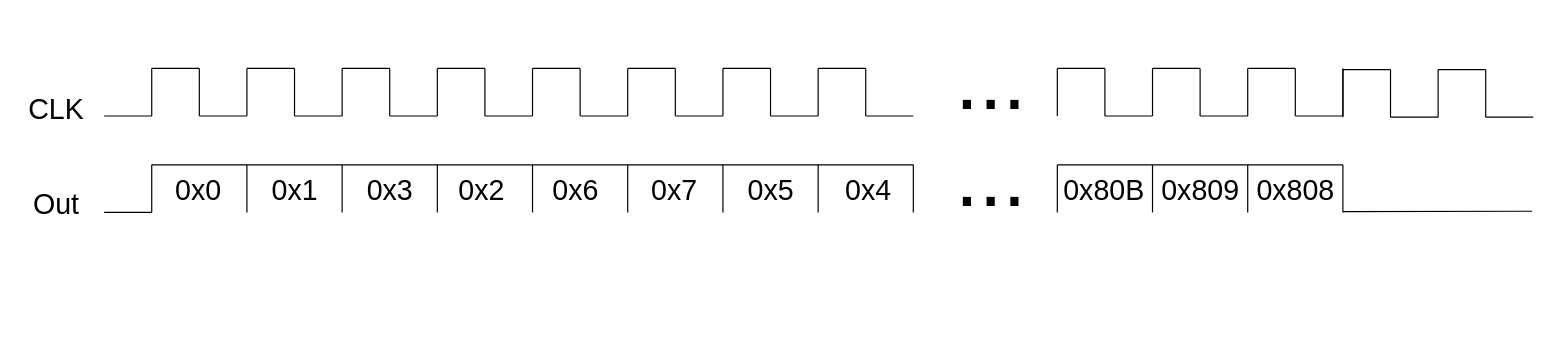
This is Diagrams/Constant.drawio from sabarioded/Patterns_Project, a draw.io file, before an edit. Source tidied: cells renumbered, new cells numbered last; positions are measured from the earlier drawing's top-left corner, leaving out a move shared by most shapes. Both pictures are drawn from the tidied source at 119%, with x=0, y=0 at pixel (20, 20).
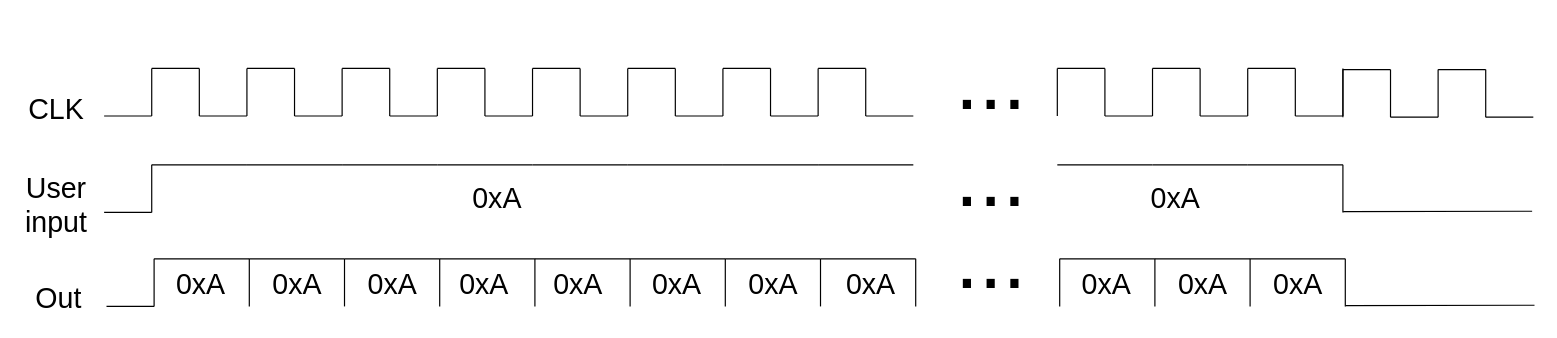
After the change.

What changed in the source:
```diff
@@
-    <mxCell id="35" value="&lt;font style=&quot;font-size: 24px;&quot;&gt;Out&lt;/font&gt;" style="text;html=1;align=center;verticalAlign=middle;whiteSpace=wrap;rounded=0;" parent="1" vertex="1">
+    <mxCell id="35" value="&lt;font style=&quot;font-size: 24px;&quot;&gt;User input&lt;/font&gt;" style="text;html=1;align=center;verticalAlign=middle;whiteSpace=wrap;rounded=0;" parent="1" vertex="1">
       <mxGeometry y="140" width="60" height="30" as="geometry" />
     </mxCell>
@@
-    <mxCell id="39" style="endArrow=none;html=1;rounded=0;" parent="1" edge="1">
-      <mxGeometry relative="1" as="geometry">
-        <mxPoint x="190" y="161" as="sourcePoint" />
-        <mxPoint x="190" y="121" as="targetPoint" />
-      </mxGeometry>
-    </mxCell>
@@
-    <mxCell id="41" style="endArrow=none;html=1;rounded=0;" parent="1" edge="1">
-      <mxGeometry relative="1" as="geometry">
-        <mxPoint x="270" y="161" as="sourcePoint" />
-        <mxPoint x="270" y="121" as="targetPoint" />
-      </mxGeometry>
-    </mxCell>
@@
-    <mxCell id="43" style="endArrow=none;html=1;rounded=0;" parent="1" edge="1">
-      <mxGeometry relative="1" as="geometry">
-        <mxPoint x="350" y="161" as="sourcePoint" />
-        <mxPoint x="350" y="121" as="targetPoint" />
-      </mxGeometry>
-    </mxCell>
@@
-    <mxCell id="45" style="endArrow=none;html=1;rounded=0;" parent="1" edge="1">
-      <mxGeometry relative="1" as="geometry">
-        <mxPoint x="430" y="161" as="sourcePoint" />
-        <mxPoint x="430" y="121" as="targetPoint" />
-      </mxGeometry>
-    </mxCell>
@@
-    <mxCell id="47" style="endArrow=none;html=1;rounded=0;" parent="1" edge="1">
-      <mxGeometry relative="1" as="geometry">
-        <mxPoint x="510" y="161" as="sourcePoint" />
-        <mxPoint x="510" y="121" as="targetPoint" />
-      </mxGeometry>
-    </mxCell>
@@
-    <mxCell id="49" style="endArrow=none;html=1;rounded=0;" parent="1" edge="1">
-      <mxGeometry relative="1" as="geometry">
-        <mxPoint x="590" y="161" as="sourcePoint" />
-        <mxPoint x="590" y="121" as="targetPoint" />
-      </mxGeometry>
-    </mxCell>
@@
-    <mxCell id="51" style="endArrow=none;html=1;rounded=0;" parent="1" edge="1">
-      <mxGeometry relative="1" as="geometry">
-        <mxPoint x="670" y="161" as="sourcePoint" />
-        <mxPoint x="670" y="121" as="targetPoint" />
-      </mxGeometry>
-    </mxCell>
@@
-    <mxCell id="53" style="endArrow=none;html=1;rounded=0;" parent="1" edge="1">
-      <mxGeometry relative="1" as="geometry">
-        <mxPoint x="750" y="161" as="sourcePoint" />
-        <mxPoint x="750" y="121" as="targetPoint" />
-      </mxGeometry>
-    </mxCell>
@@
-    <mxCell id="55" value="&lt;font style=&quot;font-size: 24px;&quot;&gt;0x0&lt;/font&gt;" style="text;html=1;align=center;verticalAlign=middle;strokeColor=none;fillColor=none;" parent="1" vertex="1">
-      <mxGeometry x="119" y="123" width="60" height="40" as="geometry" />
+    <mxCell id="55" value="&lt;font style=&quot;font-size: 24px;&quot;&gt;0xA&lt;/font&gt;" style="text;html=1;align=center;verticalAlign=middle;strokeColor=none;fillColor=none;" parent="1" vertex="1">
+      <mxGeometry x="370" y="130" width="60" height="40" as="geometry" />
     </mxCell>
-    <mxCell id="56" value="&lt;font style=&quot;font-size: 24px;&quot;&gt;0x1&lt;/font&gt;" style="text;html=1;align=center;verticalAlign=middle;strokeColor=none;fillColor=none;" parent="1" vertex="1">
-      <mxGeometry x="200" y="123" width="60" height="40" as="geometry" />
-    </mxCell>
-    <mxCell id="57" value="&lt;font style=&quot;font-size: 24px;&quot;&gt;0x3&lt;/font&gt;" style="text;html=1;align=center;verticalAlign=middle;strokeColor=none;fillColor=none;" parent="1" vertex="1">
-      <mxGeometry x="280" y="123" width="60" height="40" as="geometry" />
-    </mxCell>
-    <mxCell id="58" value="&lt;font style=&quot;font-size: 24px;&quot;&gt;0x2&lt;/font&gt;" style="text;html=1;align=center;verticalAlign=middle;strokeColor=none;fillColor=none;" parent="1" vertex="1">
-      <mxGeometry x="357" y="123" width="60" height="40" as="geometry" />
-    </mxCell>
-    <mxCell id="59" value="&lt;font style=&quot;font-size: 24px;&quot;&gt;0x6&lt;/font&gt;" style="text;html=1;align=center;verticalAlign=middle;strokeColor=none;fillColor=none;" parent="1" vertex="1">
-      <mxGeometry x="436" y="123" width="60" height="40" as="geometry" />
-    </mxCell>
-    <mxCell id="60" value="&lt;font style=&quot;font-size: 24px;&quot;&gt;0x7&lt;/font&gt;" style="text;html=1;align=center;verticalAlign=middle;strokeColor=none;fillColor=none;" parent="1" vertex="1">
-      <mxGeometry x="519" y="123" width="60" height="40" as="geometry" />
-    </mxCell>
-    <mxCell id="61" value="&lt;span style=&quot;font-size: 24px;&quot;&gt;0x5&lt;/span&gt;" style="text;html=1;align=center;verticalAlign=middle;strokeColor=none;fillColor=none;" parent="1" vertex="1">
-      <mxGeometry x="600" y="123" width="60" height="40" as="geometry" />
-    </mxCell>
-    <mxCell id="62" value="&lt;font style=&quot;font-size: 24px;&quot;&gt;0x4&lt;/font&gt;" style="text;html=1;align=center;verticalAlign=middle;strokeColor=none;fillColor=none;" parent="1" vertex="1">
-      <mxGeometry x="682" y="123" width="60" height="40" as="geometry" />
-    </mxCell>
@@
-    <mxCell id="78" style="endArrow=none;html=1;rounded=0;" parent="1" edge="1">
-      <mxGeometry relative="1" as="geometry">
-        <mxPoint x="871" y="161" as="sourcePoint" />
-        <mxPoint x="871" y="121" as="targetPoint" />
-      </mxGeometry>
-    </mxCell>
@@
-    <mxCell id="80" style="endArrow=none;html=1;rounded=0;" parent="1" edge="1">
-      <mxGeometry relative="1" as="geometry">
-        <mxPoint x="951" y="161" as="sourcePoint" />
-        <mxPoint x="951" y="121" as="targetPoint" />
-      </mxGeometry>
-    </mxCell>
@@
-    <mxCell id="82" style="endArrow=none;html=1;rounded=0;" parent="1" edge="1">
-      <mxGeometry relative="1" as="geometry">
-        <mxPoint x="1031" y="161" as="sourcePoint" />
-        <mxPoint x="1031" y="121" as="targetPoint" />
-      </mxGeometry>
-    </mxCell>
@@
-    <mxCell id="85" value="&lt;font style=&quot;font-size: 24px;&quot;&gt;0x80B&lt;/font&gt;" style="text;html=1;align=center;verticalAlign=middle;strokeColor=none;fillColor=none;" parent="1" vertex="1">
-      <mxGeometry x="865" y="123" width="90" height="40" as="geometry" />
-    </mxCell>
-    <mxCell id="86" value="&lt;font style=&quot;font-size: 24px;&quot;&gt;0x809&lt;/font&gt;" style="text;html=1;align=center;verticalAlign=middle;strokeColor=none;fillColor=none;" parent="1" vertex="1">
-      <mxGeometry x="946" y="123" width="90" height="40" as="geometry" />
-    </mxCell>
-    <mxCell id="87" value="&lt;font style=&quot;font-size: 24px;&quot;&gt;0x808&lt;/font&gt;" style="text;html=1;align=center;verticalAlign=middle;strokeColor=none;fillColor=none;" parent="1" vertex="1">
-      <mxGeometry x="1026" y="123" width="90" height="40" as="geometry" />
-    </mxCell>
@@
+    <mxCell id="97" value="&lt;font style=&quot;font-size: 24px;&quot;&gt;Out&lt;/font&gt;" style="text;html=1;align=center;verticalAlign=middle;whiteSpace=wrap;rounded=0;" parent="1" vertex="1">
+      <mxGeometry x="2" y="219" width="60" height="30" as="geometry" />
+    </mxCell>
+    <mxCell id="98" style="endArrow=none;html=1;rounded=0;" parent="1" edge="1">
+      <mxGeometry relative="1" as="geometry">
+        <mxPoint x="72" y="240" as="sourcePoint" />
+        <mxPoint x="112" y="240" as="targetPoint" />
+      </mxGeometry>
+    </mxCell>
+    <mxCell id="99" style="endArrow=none;html=1;rounded=0;" parent="1" edge="1">
+      <mxGeometry relative="1" as="geometry">
+        <mxPoint x="112" y="240" as="sourcePoint" />
+        <mxPoint x="112" y="200" as="targetPoint" />
+      </mxGeometry>
+    </mxCell>
+    <mxCell id="100" style="endArrow=none;html=1;rounded=0;" parent="1" edge="1">
+      <mxGeometry relative="1" as="geometry">
+        <mxPoint x="112" y="200" as="sourcePoint" />
+        <mxPoint x="192" y="200" as="targetPoint" />
+      </mxGeometry>
+    </mxCell>
+    <mxCell id="101" style="endArrow=none;html=1;rounded=0;" parent="1" edge="1">
+      <mxGeometry relative="1" as="geometry">
+        <mxPoint x="192" y="240" as="sourcePoint" />
+        <mxPoint x="192" y="200" as="targetPoint" />
+      </mxGeometry>
+    </mxCell>
+    <mxCell id="102" style="endArrow=none;html=1;rounded=0;" parent="1" edge="1">
+      <mxGeometry relative="1" as="geometry">
+        <mxPoint x="192" y="200" as="sourcePoint" />
+        <mxPoint x="272" y="200" as="targetPoint" />
+      </mxGeometry>
+    </mxCell>
+    <mxCell id="103" style="endArrow=none;html=1;rounded=0;" parent="1" edge="1">
+      <mxGeometry relative="1" as="geometry">
+        <mxPoint x="272" y="240" as="sourcePoint" />
+        <mxPoint x="272" y="200" as="targetPoint" />
+      </mxGeometry>
+    </mxCell>
+    <mxCell id="104" style="endArrow=none;html=1;rounded=0;" parent="1" edge="1">
+      <mxGeometry relative="1" as="geometry">
+        <mxPoint x="272" y="200" as="sourcePoint" />
+        <mxPoint x="352" y="200" as="targetPoint" />
+      </mxGeometry>
+    </mxCell>
+    <mxCell id="105" style="endArrow=none;html=1;rounded=0;" parent="1" edge="1">
+      <mxGeometry relative="1" as="geometry">
+        <mxPoint x="352" y="240" as="sourcePoint" />
+        <mxPoint x="352" y="200" as="targetPoint" />
+      </mxGeometry>
+    </mxCell>
+    <mxCell id="106" style="endArrow=none;html=1;rounded=0;" parent="1" edge="1">
+      <mxGeometry relative="1" as="geometry">
+        <mxPoint x="352" y="200" as="sourcePoint" />
+        <mxPoint x="432" y="200" as="targetPoint" />
+      </mxGeometry>
+    </mxCell>
+    <mxCell id="107" style="endArrow=none;html=1;rounded=0;" parent="1" edge="1">
+      <mxGeometry relative="1" as="geometry">
+        <mxPoint x="432" y="240" as="sourcePoint" />
+        <mxPoint x="432" y="200" as="targetPoint" />
+      </mxGeometry>
+    </mxCell>
+    <mxCell id="108" style="endArrow=none;html=1;rounded=0;" parent="1" edge="1">
+      <mxGeometry relative="1" as="geometry">
+        <mxPoint x="432" y="200" as="sourcePoint" />
+        <mxPoint x="512" y="200" as="targetPoint" />
+      </mxGeometry>
+    </mxCell>
+    <mxCell id="109" style="endArrow=none;html=1;rounded=0;" parent="1" edge="1">
+      <mxGeometry relative="1" as="geometry">
+        <mxPoint x="512" y="240" as="sourcePoint" />
+        <mxPoint x="512" y="200" as="targetPoint" />
+      </mxGeometry>
+    </mxCell>
+    <mxCell id="110" style="endArrow=none;html=1;rounded=0;" parent="1" edge="1">
+      <mxGeometry relative="1" as="geometry">
+        <mxPoint x="512" y="200" as="sourcePoint" />
+        <mxPoint x="592" y="200" as="targetPoint" />
+      </mxGeometry>
+    </mxCell>
+    <mxCell id="111" style="endArrow=none;html=1;rounded=0;" parent="1" edge="1">
+      <mxGeometry relative="1" as="geometry">
+        <mxPoint x="592" y="240" as="sourcePoint" />
+        <mxPoint x="592" y="200" as="targetPoint" />
+      </mxGeometry>
+    </mxCell>
+    <mxCell id="112" style="endArrow=none;html=1;rounded=0;" parent="1" edge="1">
+      <mxGeometry relative="1" as="geometry">
+        <mxPoint x="592" y="200" as="sourcePoint" />
+        <mxPoint x="672" y="200" as="targetPoint" />
+      </mxGeometry>
+    </mxCell>
+    <mxCell id="113" style="endArrow=none;html=1;rounded=0;" parent="1" edge="1">
+      <mxGeometry relative="1" as="geometry">
+        <mxPoint x="672" y="240" as="sourcePoint" />
+        <mxPoint x="672" y="200" as="targetPoint" />
+      </mxGeometry>
+    </mxCell>
+    <mxCell id="114" style="endArrow=none;html=1;rounded=0;" parent="1" edge="1">
+      <mxGeometry relative="1" as="geometry">
+        <mxPoint x="672" y="200" as="sourcePoint" />
+        <mxPoint x="752" y="200" as="targetPoint" />
+      </mxGeometry>
+    </mxCell>
+    <mxCell id="115" style="endArrow=none;html=1;rounded=0;" parent="1" edge="1">
+      <mxGeometry relative="1" as="geometry">
+        <mxPoint x="752" y="240" as="sourcePoint" />
+        <mxPoint x="752" y="200" as="targetPoint" />
+      </mxGeometry>
+    </mxCell>
+    <mxCell id="116" value="&lt;font style=&quot;font-size: 24px;&quot;&gt;0xA&lt;/font&gt;" style="text;html=1;align=center;verticalAlign=middle;strokeColor=none;fillColor=none;" parent="1" vertex="1">
+      <mxGeometry x="121" y="202" width="60" height="40" as="geometry" />
+    </mxCell>
+    <mxCell id="117" value="&lt;font style=&quot;font-size: 24px;&quot;&gt;0xA&lt;/font&gt;" style="text;html=1;align=center;verticalAlign=middle;strokeColor=none;fillColor=none;" parent="1" vertex="1">
+      <mxGeometry x="202" y="202" width="60" height="40" as="geometry" />
+    </mxCell>
+    <mxCell id="118" value="&lt;font style=&quot;font-size: 24px;&quot;&gt;0xA&lt;/font&gt;" style="text;html=1;align=center;verticalAlign=middle;strokeColor=none;fillColor=none;" parent="1" vertex="1">
+      <mxGeometry x="282" y="202" width="60" height="40" as="geometry" />
+    </mxCell>
+    <mxCell id="119" value="&lt;font style=&quot;font-size: 24px;&quot;&gt;0xA&lt;/font&gt;" style="text;html=1;align=center;verticalAlign=middle;strokeColor=none;fillColor=none;" parent="1" vertex="1">
+      <mxGeometry x="359" y="202" width="60" height="40" as="geometry" />
+    </mxCell>
+    <mxCell id="120" value="&lt;font style=&quot;font-size: 24px;&quot;&gt;0xA&lt;/font&gt;" style="text;html=1;align=center;verticalAlign=middle;strokeColor=none;fillColor=none;" parent="1" vertex="1">
+      <mxGeometry x="438" y="202" width="60" height="40" as="geometry" />
+    </mxCell>
+    <mxCell id="121" value="&lt;font style=&quot;font-size: 24px;&quot;&gt;0xA&lt;/font&gt;" style="text;html=1;align=center;verticalAlign=middle;strokeColor=none;fillColor=none;" parent="1" vertex="1">
+      <mxGeometry x="521" y="202" width="60" height="40" as="geometry" />
+    </mxCell>
+    <mxCell id="122" value="&lt;span style=&quot;font-size: 24px;&quot;&gt;0xA&lt;/span&gt;" style="text;html=1;align=center;verticalAlign=middle;strokeColor=none;fillColor=none;" parent="1" vertex="1">
+      <mxGeometry x="602" y="202" width="60" height="40" as="geometry" />
+    </mxCell>
+    <mxCell id="123" value="&lt;font style=&quot;font-size: 24px;&quot;&gt;0xA&lt;/font&gt;" style="text;html=1;align=center;verticalAlign=middle;strokeColor=none;fillColor=none;" parent="1" vertex="1">
+      <mxGeometry x="684" y="202" width="60" height="40" as="geometry" />
+    </mxCell>
+    <mxCell id="124" style="endArrow=none;html=1;rounded=0;" parent="1" edge="1">
+      <mxGeometry relative="1" as="geometry">
+        <mxPoint x="873" y="240" as="sourcePoint" />
+        <mxPoint x="873" y="200" as="targetPoint" />
+      </mxGeometry>
+    </mxCell>
+    <mxCell id="125" style="endArrow=none;html=1;rounded=0;" parent="1" edge="1">
+      <mxGeometry relative="1" as="geometry">
+        <mxPoint x="873" y="200" as="sourcePoint" />
+        <mxPoint x="953" y="200" as="targetPoint" />
+      </mxGeometry>
+    </mxCell>
+    <mxCell id="126" style="endArrow=none;html=1;rounded=0;" parent="1" edge="1">
+      <mxGeometry relative="1" as="geometry">
+        <mxPoint x="953" y="240" as="sourcePoint" />
+        <mxPoint x="953" y="200" as="targetPoint" />
+      </mxGeometry>
+    </mxCell>
+    <mxCell id="127" style="endArrow=none;html=1;rounded=0;" parent="1" edge="1">
+      <mxGeometry relative="1" as="geometry">
+        <mxPoint x="953" y="200" as="sourcePoint" />
+        <mxPoint x="1033" y="200" as="targetPoint" />
+      </mxGeometry>
+    </mxCell>
+    <mxCell id="128" style="endArrow=none;html=1;rounded=0;" parent="1" edge="1">
+      <mxGeometry relative="1" as="geometry">
+        <mxPoint x="1033" y="240" as="sourcePoint" />
+        <mxPoint x="1033" y="200" as="targetPoint" />
+      </mxGeometry>
+    </mxCell>
+    <mxCell id="129" style="endArrow=none;html=1;rounded=0;" parent="1" edge="1">
+      <mxGeometry relative="1" as="geometry">
+        <mxPoint x="1033" y="200" as="sourcePoint" />
+        <mxPoint x="1113" y="200" as="targetPoint" />
+      </mxGeometry>
+    </mxCell>
+    <mxCell id="130" style="endArrow=none;html=1;rounded=0;" parent="1" edge="1">
+      <mxGeometry relative="1" as="geometry">
+        <mxPoint x="1113" y="240" as="sourcePoint" />
+        <mxPoint x="1113" y="200" as="targetPoint" />
+      </mxGeometry>
+    </mxCell>
+    <mxCell id="131" value="&lt;font style=&quot;font-size: 24px;&quot;&gt;0xA&lt;/font&gt;" style="text;html=1;align=center;verticalAlign=middle;strokeColor=none;fillColor=none;" parent="1" vertex="1">
+      <mxGeometry x="882" y="202" width="60" height="40" as="geometry" />
+    </mxCell>
+    <mxCell id="132" value="&lt;font style=&quot;font-size: 24px;&quot;&gt;0xA&lt;/font&gt;" style="text;html=1;align=center;verticalAlign=middle;strokeColor=none;fillColor=none;" parent="1" vertex="1">
+      <mxGeometry x="963" y="202" width="60" height="40" as="geometry" />
+    </mxCell>
+    <mxCell id="133" value="&lt;font style=&quot;font-size: 24px;&quot;&gt;0xA&lt;/font&gt;" style="text;html=1;align=center;verticalAlign=middle;strokeColor=none;fillColor=none;" parent="1" vertex="1">
+      <mxGeometry x="1043" y="202" width="60" height="40" as="geometry" />
+    </mxCell>
+    <mxCell id="134" style="endArrow=none;html=1;rounded=0;exitX=1.013;exitY=0.933;exitDx=0;exitDy=0;exitPerimeter=0;" parent="1" edge="1">
+      <mxGeometry relative="1" as="geometry">
+        <mxPoint x="1113.2" y="239.3" as="sourcePoint" />
+        <mxPoint x="1272" y="239" as="targetPoint" />
+      </mxGeometry>
+    </mxCell>
+    <mxCell id="135" value="&lt;font style=&quot;font-size: 24px;&quot;&gt;0xA&lt;/font&gt;" style="text;html=1;align=center;verticalAlign=middle;strokeColor=none;fillColor=none;" parent="1" vertex="1">
+      <mxGeometry x="940" y="130" width="60" height="40" as="geometry" />
+    </mxCell>
+    <mxCell id="136" value="&lt;font style=&quot;font-size: 72px;&quot;&gt;...&lt;/font&gt;" style="text;html=1;align=center;verticalAlign=middle;strokeColor=none;fillColor=none;" parent="1" vertex="1">
+      <mxGeometry x="775" y="150" width="80" height="100" as="geometry" />
+    </mxCell>
```
